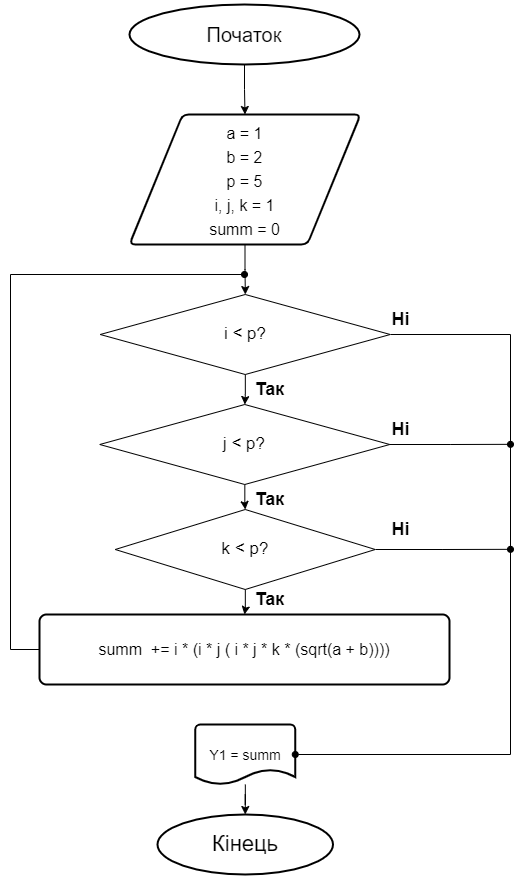
The draw.io diagram src/assets/lab1/schema3.png in Maxeemja/AMO, before a commit. Source tidied: cells renumbered, new cells last; positions are measured from the earlier drawing's top-left corner, leaving out a move shared by most shapes. Source of this version:
```xml
<mxGraphModel>
  <root>
    <mxCell id="0" />
    <mxCell id="1" parent="0" />
    <mxCell id="2" style="edgeStyle=orthogonalEdgeStyle;rounded=0;jettySize=auto;html=1;fontSize=16;" parent="1" edge="1" source="3" target="5">
      <mxGeometry relative="1" as="geometry" />
    </mxCell>
    <mxCell id="3" value="&lt;font style=&quot;font-size: 20px&quot;&gt;Початок&lt;/font&gt;" style="strokeWidth=2;html=1;shape=mxgraph.flowchart.start_1;whiteSpace=wrap;" parent="1" vertex="1">
      <mxGeometry x="119" width="230" height="60" as="geometry" />
    </mxCell>
    <mxCell id="4" style="edgeStyle=orthogonalEdgeStyle;rounded=0;jettySize=auto;html=1;" parent="1" edge="1" source="5" target="13">
      <mxGeometry relative="1" as="geometry" />
    </mxCell>
    <mxCell id="5" value="&lt;font style=&quot;font-size: 16px&quot;&gt;a = 1&lt;br&gt;b = 2&lt;br&gt;p = 5&lt;br&gt;i, j, k = 1&lt;br&gt;summ = 0&lt;br&gt;&lt;/font&gt;" style="shape=parallelogram;html=1;strokeWidth=2;perimeter=parallelogramPerimeter;whiteSpace=wrap;rounded=1;arcSize=12;size=0.23;fontSize=20;" parent="1" vertex="1">
      <mxGeometry x="119" y="110" width="231" height="130" as="geometry" />
    </mxCell>
    <mxCell id="6" style="edgeStyle=orthogonalEdgeStyle;rounded=0;jettySize=auto;html=1;exitX=0;exitY=0.5;exitDx=0;exitDy=0;fontSize=18;endArrow=none;endFill=0;" parent="1" edge="1" source="7">
      <mxGeometry relative="1" as="geometry">
        <mxPoint y="270" as="targetPoint" />
      </mxGeometry>
    </mxCell>
    <mxCell id="7" value="summ&amp;nbsp; += i * (i * j ( i * j * k * (sqrt(a + b))))" style="rounded=1;whiteSpace=wrap;html=1;absoluteArcSize=1;arcSize=14;strokeWidth=2;fontSize=16;" parent="1" vertex="1">
      <mxGeometry x="29" y="610" width="410" height="70" as="geometry" />
    </mxCell>
    <mxCell id="8" style="edgeStyle=orthogonalEdgeStyle;rounded=0;jettySize=auto;html=1;fontSize=22;entryX=0.5;entryY=0;entryDx=0;entryDy=0;entryPerimeter=0;" parent="1" edge="1" source="9" target="10">
      <mxGeometry relative="1" as="geometry" />
    </mxCell>
    <mxCell id="9" value="&lt;font style=&quot;font-size: 14px&quot;&gt;Y1 = summ&lt;/font&gt;" style="strokeWidth=2;html=1;shape=mxgraph.flowchart.document2;whiteSpace=wrap;size=0.25;fontSize=16;" parent="1" vertex="1">
      <mxGeometry x="184.8" y="720" width="100" height="60" as="geometry" />
    </mxCell>
    <mxCell id="10" value="Кінець" style="strokeWidth=2;html=1;shape=mxgraph.flowchart.start_1;whiteSpace=wrap;fontSize=22;" parent="1" vertex="1">
      <mxGeometry x="147" y="810" width="175.5" height="60" as="geometry" />
    </mxCell>
    <mxCell id="11" style="edgeStyle=orthogonalEdgeStyle;rounded=0;jettySize=auto;html=1;fontSize=17;" parent="1" edge="1" source="13" target="16">
      <mxGeometry relative="1" as="geometry" />
    </mxCell>
    <mxCell id="12" style="edgeStyle=orthogonalEdgeStyle;rounded=0;jettySize=auto;html=1;exitX=1;exitY=0.5;exitDx=0;exitDy=0;entryX=1;entryY=0.5;entryDx=0;entryDy=0;entryPerimeter=0;fontSize=14;endArrow=oval;endFill=1;" parent="1" edge="1" source="13" target="9">
      <mxGeometry relative="1" as="geometry">
        <Array as="points">
          <mxPoint x="500" y="330" />
          <mxPoint x="500" y="750" />
        </Array>
      </mxGeometry>
    </mxCell>
    <mxCell id="13" value="&lt;span style=&quot;font-size: 17px&quot;&gt;i &amp;lt; p?&lt;br&gt;&lt;/span&gt;" style="rhombus;whiteSpace=wrap;html=1;" parent="1" vertex="1">
      <mxGeometry x="89.8" y="290" width="290" height="80" as="geometry" />
    </mxCell>
    <mxCell id="14" style="edgeStyle=orthogonalEdgeStyle;rounded=0;jettySize=auto;html=1;fontSize=17;" parent="1" edge="1" source="16" target="19">
      <mxGeometry relative="1" as="geometry" />
    </mxCell>
    <mxCell id="15" style="edgeStyle=orthogonalEdgeStyle;rounded=0;jettySize=auto;html=1;exitX=1;exitY=0.5;exitDx=0;exitDy=0;fontSize=14;endArrow=oval;endFill=1;" parent="1" edge="1" source="16">
      <mxGeometry relative="1" as="geometry">
        <mxPoint x="500" y="439.8" as="targetPoint" />
      </mxGeometry>
    </mxCell>
    <mxCell id="16" value="&lt;span style=&quot;font-size: 17px&quot;&gt;j &amp;lt; p?&lt;br&gt;&lt;/span&gt;" style="rhombus;whiteSpace=wrap;html=1;" parent="1" vertex="1">
      <mxGeometry x="89.2" y="400" width="290" height="80" as="geometry" />
    </mxCell>
    <mxCell id="17" style="edgeStyle=orthogonalEdgeStyle;rounded=0;jettySize=auto;html=1;fontSize=18;" parent="1" edge="1" source="19" target="7">
      <mxGeometry relative="1" as="geometry" />
    </mxCell>
    <mxCell id="18" style="edgeStyle=orthogonalEdgeStyle;rounded=0;jettySize=auto;html=1;exitX=1;exitY=0.5;exitDx=0;exitDy=0;fontSize=14;endArrow=oval;endFill=1;" parent="1" edge="1" source="19">
      <mxGeometry relative="1" as="geometry">
        <mxPoint x="500" y="544.8" as="targetPoint" />
      </mxGeometry>
    </mxCell>
    <mxCell id="19" value="k &amp;lt; p?" style="rhombus;whiteSpace=wrap;html=1;fontSize=17;" parent="1" vertex="1">
      <mxGeometry x="104.8" y="505" width="260" height="80" as="geometry" />
    </mxCell>
    <mxCell id="20" value="&lt;b&gt;&lt;font style=&quot;font-size: 18px&quot;&gt;Так&lt;/font&gt;&lt;/b&gt;" style="text;html=1;align=center;verticalAlign=middle;strokeColor=none;fillColor=none;fontSize=17;" parent="1" vertex="1">
      <mxGeometry x="234" y="480" width="50" height="30" as="geometry" />
    </mxCell>
    <mxCell id="21" value="&lt;b&gt;&lt;font style=&quot;font-size: 18px&quot;&gt;Так&lt;/font&gt;&lt;/b&gt;" style="text;html=1;align=center;verticalAlign=middle;strokeColor=none;fillColor=none;fontSize=17;" parent="1" vertex="1">
      <mxGeometry x="234" y="370" width="50" height="30" as="geometry" />
    </mxCell>
    <mxCell id="22" value="&lt;b&gt;&lt;font style=&quot;font-size: 18px&quot;&gt;Так&lt;/font&gt;&lt;/b&gt;" style="text;html=1;align=center;verticalAlign=middle;strokeColor=none;fillColor=none;fontSize=17;" parent="1" vertex="1">
      <mxGeometry x="234" y="580" width="50" height="30" as="geometry" />
    </mxCell>
    <mxCell id="23" style="endArrow=oval;html=1;rounded=0;fontSize=18;endFill=1;" parent="1" edge="1">
      <mxGeometry relative="1" as="geometry">
        <mxPoint y="270" as="sourcePoint" />
        <mxPoint x="234" y="270" as="targetPoint" />
      </mxGeometry>
    </mxCell>
    <mxCell id="24" value="&lt;span style=&quot;font-size: 18px&quot;&gt;&lt;b&gt;Ні&lt;/b&gt;&lt;/span&gt;" style="text;html=1;align=center;verticalAlign=middle;strokeColor=none;fillColor=none;fontSize=17;" parent="1" vertex="1">
      <mxGeometry x="374.8" y="510" width="30" height="30" as="geometry" />
    </mxCell>
    <mxCell id="25" value="&lt;span style=&quot;font-size: 18px&quot;&gt;&lt;b&gt;Ні&lt;/b&gt;&lt;/span&gt;" style="text;html=1;align=center;verticalAlign=middle;strokeColor=none;fillColor=none;fontSize=17;" parent="1" vertex="1">
      <mxGeometry x="374.8" y="410" width="30" height="30" as="geometry" />
    </mxCell>
    <mxCell id="26" value="&lt;span style=&quot;font-size: 18px&quot;&gt;&lt;b&gt;Ні&lt;/b&gt;&lt;/span&gt;" style="text;html=1;align=center;verticalAlign=middle;strokeColor=none;fillColor=none;fontSize=17;" parent="1" vertex="1">
      <mxGeometry x="374.8" y="300" width="30" height="30" as="geometry" />
    </mxCell>
  </root>
</mxGraphModel>
```
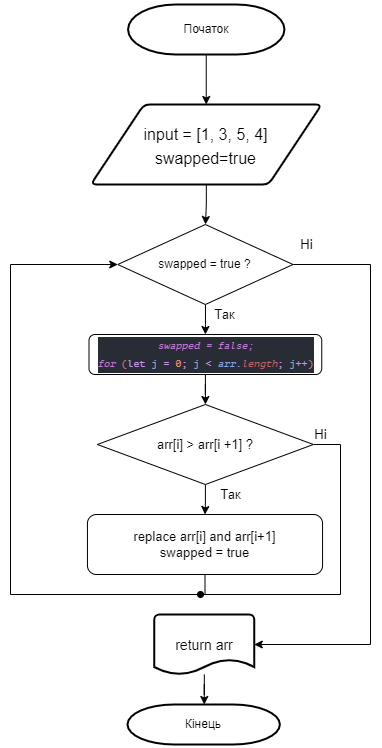
After the change.

Change to the diagram source:
```diff
@@ -2,94 +2,94 @@
   <root>
     <mxCell id="0" />
     <mxCell id="1" parent="0" />
-    <mxCell id="2" style="edgeStyle=orthogonalEdgeStyle;rounded=0;jettySize=auto;html=1;fontSize=16;" parent="1" edge="1" source="3" target="5">
-      <mxGeometry relative="1" as="geometry" />
+    <mxCell id="2" style="edgeStyle=orthogonalEdgeStyle;rounded=0;jettySize=auto;html=1;fontSize=16;" parent="1" edge="1" target="5">
+      <mxGeometry relative="1" as="geometry">
+        <mxPoint x="235.8" y="90" as="sourcePoint" />
+      </mxGeometry>
     </mxCell>
-    <mxCell id="3" value="&lt;font style=&quot;font-size: 20px&quot;&gt;Початок&lt;/font&gt;" style="strokeWidth=2;html=1;shape=mxgraph.flowchart.start_1;whiteSpace=wrap;" parent="1" vertex="1">
-      <mxGeometry x="119" width="230" height="60" as="geometry" />
-    </mxCell>
-    <mxCell id="4" style="edgeStyle=orthogonalEdgeStyle;rounded=0;jettySize=auto;html=1;" parent="1" edge="1" source="5" target="13">
-      <mxGeometry relative="1" as="geometry" />
+    <mxCell id="4" style="edgeStyle=orthogonalEdgeStyle;rounded=0;jettySize=auto;html=1;" parent="1" edge="1" source="5">
+      <mxGeometry relative="1" as="geometry">
+        <mxPoint x="235" y="260" as="targetPoint" />
+      </mxGeometry>
     </mxCell>
-    <mxCell id="5" value="&lt;font style=&quot;font-size: 16px&quot;&gt;a = 1&lt;br&gt;b = 2&lt;br&gt;p = 5&lt;br&gt;i, j, k = 1&lt;br&gt;summ = 0&lt;br&gt;&lt;/font&gt;" style="shape=parallelogram;html=1;strokeWidth=2;perimeter=parallelogramPerimeter;whiteSpace=wrap;rounded=1;arcSize=12;size=0.23;fontSize=20;" parent="1" vertex="1">
-      <mxGeometry x="119" y="110" width="231" height="130" as="geometry" />
+    <mxCell id="5" value="&lt;font style=&quot;font-size: 16px&quot;&gt;input = [1, 3, 5, 4]&lt;br&gt;swapped=true&lt;br&gt;&lt;/font&gt;" style="shape=parallelogram;html=1;strokeWidth=2;perimeter=parallelogramPerimeter;whiteSpace=wrap;rounded=1;arcSize=12;size=0.23;fontSize=20;" parent="1" vertex="1">
+      <mxGeometry x="120.2" y="140" width="231" height="80" as="geometry" />
     </mxCell>
-    <mxCell id="6" style="edgeStyle=orthogonalEdgeStyle;rounded=0;jettySize=auto;html=1;exitX=0;exitY=0.5;exitDx=0;exitDy=0;fontSize=18;endArrow=none;endFill=0;" parent="1" edge="1" source="7">
-      <mxGeometry relative="1" as="geometry">
-        <mxPoint y="270" as="targetPoint" />
-      </mxGeometry>
-    </mxCell>
-    <mxCell id="7" value="summ&amp;nbsp; += i * (i * j ( i * j * k * (sqrt(a + b))))" style="rounded=1;whiteSpace=wrap;html=1;absoluteArcSize=1;arcSize=14;strokeWidth=2;fontSize=16;" parent="1" vertex="1">
-      <mxGeometry x="29" y="610" width="410" height="70" as="geometry" />
-    </mxCell>
-    <mxCell id="8" style="edgeStyle=orthogonalEdgeStyle;rounded=0;jettySize=auto;html=1;fontSize=22;entryX=0.5;entryY=0;entryDx=0;entryDy=0;entryPerimeter=0;" parent="1" edge="1" source="9" target="10">
-      <mxGeometry relative="1" as="geometry" />
+    <mxCell id="8" style="edgeStyle=orthogonalEdgeStyle;rounded=0;jettySize=auto;html=1;fontSize=22;entryX=0.5;entryY=0;entryDx=0;entryDy=0;entryPerimeter=0;" parent="1" edge="1" source="9">
+      <mxGeometry relative="1" as="geometry">
+        <mxPoint x="233.8" y="740" as="targetPoint" />
+      </mxGeometry>
     </mxCell>
-    <mxCell id="9" value="&lt;font style=&quot;font-size: 14px&quot;&gt;Y1 = summ&lt;/font&gt;" style="strokeWidth=2;html=1;shape=mxgraph.flowchart.document2;whiteSpace=wrap;size=0.25;fontSize=16;" parent="1" vertex="1">
-      <mxGeometry x="184.8" y="720" width="100" height="60" as="geometry" />
+    <mxCell id="9" value="&lt;span style=&quot;font-size: 14px&quot;&gt;return arr&lt;/span&gt;" style="strokeWidth=2;html=1;shape=mxgraph.flowchart.document2;whiteSpace=wrap;size=0.25;fontSize=16;" parent="1" vertex="1">
+      <mxGeometry x="183.8" y="650" width="100" height="60" as="geometry" />
     </mxCell>
+    <mxCell id="27" style="edgeStyle=orthogonalEdgeStyle;rounded=0;jettySize=auto;html=1;" parent="1" edge="1" source="29" target="31">
+      <mxGeometry relative="1" as="geometry" />
+    </mxCell>
+    <mxCell id="28" style="edgeStyle=orthogonalEdgeStyle;rounded=0;jettySize=auto;html=1;exitX=1;exitY=0.5;exitDx=0;exitDy=0;entryX=1;entryY=0.5;entryDx=0;entryDy=0;entryPerimeter=0;fontSize=13;startArrow=none;startFill=0;endArrow=classic;endFill=1;" parent="1" edge="1" source="29" target="9">
+      <mxGeometry relative="1" as="geometry">
+        <Array as="points">
+          <mxPoint x="400" y="300" />
+          <mxPoint x="400" y="680" />
+        </Array>
+      </mxGeometry>
+    </mxCell>
+    <mxCell id="29" value="swapped = true ?" style="rhombus;whiteSpace=wrap;html=1;" parent="1" vertex="1">
+      <mxGeometry x="147.2" y="260" width="175.2" height="80" as="geometry" />
+    </mxCell>
+    <mxCell id="30" style="edgeStyle=orthogonalEdgeStyle;rounded=0;jettySize=auto;html=1;fontSize=10;" parent="1" edge="1" source="31" target="34">
+      <mxGeometry relative="1" as="geometry" />
+    </mxCell>
+    <mxCell id="31" value="&lt;div style=&quot;color: rgb(171 , 178 , 191) ; background-color: rgb(40 , 44 , 52) ; font-family: &amp;#34;pt mono&amp;#34; , &amp;#34;consolas&amp;#34; , &amp;#34;courier new&amp;#34; , monospace ; line-height: 18px ; font-size: 10px&quot;&gt;&lt;span style=&quot;color: #c678dd ; font-style: italic&quot;&gt;swapped = false;&lt;/span&gt;&lt;/div&gt;&lt;div style=&quot;color: rgb(171 , 178 , 191) ; background-color: rgb(40 , 44 , 52) ; font-family: &amp;#34;pt mono&amp;#34; , &amp;#34;consolas&amp;#34; , &amp;#34;courier new&amp;#34; , monospace ; line-height: 18px ; font-size: 10px&quot;&gt;&lt;span style=&quot;color: #c678dd ; font-style: italic&quot;&gt;for&lt;/span&gt;&lt;span style=&quot;color: #c792ea ; font-style: italic&quot;&gt; &lt;/span&gt;&lt;span style=&quot;color: #f07178&quot;&gt;(&lt;/span&gt;&lt;span style=&quot;color: #c792ea&quot;&gt;let&lt;/span&gt;&lt;span style=&quot;color: #c792ea ; font-style: italic&quot;&gt; &lt;/span&gt;&lt;span style=&quot;color: #85a5e9&quot;&gt;j&lt;/span&gt;&lt;span style=&quot;color: #c792ea ; font-style: italic&quot;&gt; &lt;/span&gt;&lt;span style=&quot;color: #c792ea&quot;&gt;=&lt;/span&gt;&lt;span style=&quot;color: #c792ea ; font-style: italic&quot;&gt; &lt;/span&gt;&lt;span style=&quot;color: #f78c6c&quot;&gt;0&lt;/span&gt;&lt;span style=&quot;color: #c792ea&quot;&gt;;&lt;/span&gt;&lt;span style=&quot;color: #c792ea ; font-style: italic&quot;&gt; &lt;/span&gt;&lt;span style=&quot;color: #85a5e9&quot;&gt;j&lt;/span&gt;&lt;span style=&quot;color: #c792ea ; font-style: italic&quot;&gt; &lt;/span&gt;&lt;span style=&quot;color: #c792ea&quot;&gt;&amp;lt;&lt;/span&gt;&lt;span style=&quot;color: #c792ea ; font-style: italic&quot;&gt; &lt;/span&gt;&lt;span style=&quot;color: #85a5e9 ; font-style: italic&quot;&gt;arr&lt;/span&gt;&lt;span style=&quot;color: #c792ea ; font-style: italic&quot;&gt;.&lt;/span&gt;&lt;span style=&quot;color: #c56068 ; font-style: italic&quot;&gt;length&lt;/span&gt;&lt;span style=&quot;color: #c792ea&quot;&gt;;&lt;/span&gt;&lt;span style=&quot;color: #c792ea ; font-style: italic&quot;&gt; &lt;/span&gt;&lt;span style=&quot;color: #85a5e9&quot;&gt;j&lt;/span&gt;&lt;span style=&quot;color: #c792ea&quot;&gt;++&lt;/span&gt;&lt;span style=&quot;color: #f07178&quot;&gt;)&lt;/span&gt;&lt;/div&gt;" style="rounded=1;whiteSpace=wrap;html=1;" parent="1" vertex="1">
+      <mxGeometry x="118.5" y="370" width="232.8" height="40" as="geometry" />
+    </mxCell>
+    <mxCell id="32" style="edgeStyle=orthogonalEdgeStyle;rounded=0;jettySize=auto;html=1;fontSize=13;" parent="1" edge="1" source="34" target="36">
+      <mxGeometry relative="1" as="geometry" />
+    </mxCell>
+    <mxCell id="33" style="edgeStyle=orthogonalEdgeStyle;rounded=0;jettySize=auto;html=1;exitX=1;exitY=0.5;exitDx=0;exitDy=0;fontSize=13;endArrow=none;endFill=0;" parent="1" edge="1" source="34">
+      <mxGeometry relative="1" as="geometry">
+        <mxPoint x="370" y="630" as="targetPoint" />
+      </mxGeometry>
+    </mxCell>
+    <mxCell id="34" value="&lt;span style=&quot;font-size: 13px&quot;&gt;arr[i] &amp;gt; arr[i +1] ?&lt;/span&gt;" style="rhombus;whiteSpace=wrap;html=1;fontSize=10;" parent="1" vertex="1">
+      <mxGeometry x="126.9" y="440" width="216" height="80" as="geometry" />
+    </mxCell>
+    <mxCell id="35" style="edgeStyle=orthogonalEdgeStyle;rounded=0;jettySize=auto;html=1;exitX=0.5;exitY=1;exitDx=0;exitDy=0;fontSize=13;endArrow=none;endFill=0;" parent="1" edge="1" source="36">
+      <mxGeometry relative="1" as="geometry">
+        <mxPoint x="40" y="300" as="targetPoint" />
+      </mxGeometry>
+    </mxCell>
+    <mxCell id="36" value="replace arr[i] and arr[i+1]&lt;br&gt;swapped = true" style="rounded=1;whiteSpace=wrap;html=1;fontSize=13;" parent="1" vertex="1">
+      <mxGeometry x="116.9" y="550" width="235.1" height="60" as="geometry" />
+    </mxCell>
+    <mxCell id="37" value="Так" style="text;html=1;align=center;verticalAlign=middle;strokeColor=none;fillColor=none;fontSize=13;" parent="1" vertex="1">
+      <mxGeometry x="240" y="520" width="40" height="20" as="geometry" />
+    </mxCell>
+    <mxCell id="38" style="endArrow=classic;html=1;rounded=0;fontSize=13;entryX=0;entryY=0.5;entryDx=0;entryDy=0;" parent="1" edge="1" target="29">
+      <mxGeometry relative="1" as="geometry">
+        <mxPoint x="40" y="300" as="sourcePoint" />
+      </mxGeometry>
+    </mxCell>
+    <mxCell id="39" value="Ні" style="text;html=1;align=center;verticalAlign=middle;strokeColor=none;fillColor=none;fontSize=13;" parent="1" vertex="1">
+      <mxGeometry x="335" y="460" width="30" height="20" as="geometry" />
+    </mxCell>
+    <mxCell id="40" style="endArrow=none;html=1;rounded=0;fontSize=13;startArrow=oval;startFill=1;" parent="1" edge="1">
+      <mxGeometry relative="1" as="geometry">
+        <mxPoint x="230" y="630" as="sourcePoint" />
+        <mxPoint x="370" y="630" as="targetPoint" />
+      </mxGeometry>
+    </mxCell>
+    <mxCell id="41" value="Так" style="text;html=1;align=center;verticalAlign=middle;strokeColor=none;fillColor=none;fontSize=13;" parent="1" vertex="1">
+      <mxGeometry x="234" y="340" width="40" height="20" as="geometry" />
+    </mxCell>
+    <mxCell id="42" value="Ні" style="text;html=1;align=center;verticalAlign=middle;strokeColor=none;fillColor=none;fontSize=13;" parent="1" vertex="1">
+      <mxGeometry x="320.8" y="270" width="30" height="20" as="geometry" />
+    </mxCell>
+    <mxCell id="3" value="Початок" style="strokeWidth=2;html=1;shape=mxgraph.flowchart.terminator;whiteSpace=wrap;" parent="1" vertex="1">
+      <mxGeometry x="157.6" y="40" width="156.4" height="50" as="geometry" />
+    </mxCell>
-    <mxCell id="10" value="Кінець" style="strokeWidth=2;html=1;shape=mxgraph.flowchart.start_1;whiteSpace=wrap;fontSize=22;" parent="1" vertex="1">
-      <mxGeometry x="147" y="810" width="175.5" height="60" as="geometry" />
+    <mxCell id="10" value="Кінець" style="strokeWidth=2;html=1;shape=mxgraph.flowchart.terminator;whiteSpace=wrap;" parent="1" vertex="1">
+      <mxGeometry x="157" y="740" width="152.4" height="40" as="geometry" />
     </mxCell>
-    <mxCell id="11" style="edgeStyle=orthogonalEdgeStyle;rounded=0;jettySize=auto;html=1;fontSize=17;" parent="1" edge="1" source="13" target="16">
-      <mxGeometry relative="1" as="geometry" />
-    </mxCell>
-    <mxCell id="12" style="edgeStyle=orthogonalEdgeStyle;rounded=0;jettySize=auto;html=1;exitX=1;exitY=0.5;exitDx=0;exitDy=0;entryX=1;entryY=0.5;entryDx=0;entryDy=0;entryPerimeter=0;fontSize=14;endArrow=oval;endFill=1;" parent="1" edge="1" source="13" target="9">
-      <mxGeometry relative="1" as="geometry">
-        <Array as="points">
-          <mxPoint x="500" y="330" />
-          <mxPoint x="500" y="750" />
-        </Array>
-      </mxGeometry>
-    </mxCell>
-    <mxCell id="13" value="&lt;span style=&quot;font-size: 17px&quot;&gt;i &amp;lt; p?&lt;br&gt;&lt;/span&gt;" style="rhombus;whiteSpace=wrap;html=1;" parent="1" vertex="1">
-      <mxGeometry x="89.8" y="290" width="290" height="80" as="geometry" />
-    </mxCell>
-    <mxCell id="14" style="edgeStyle=orthogonalEdgeStyle;rounded=0;jettySize=auto;html=1;fontSize=17;" parent="1" edge="1" source="16" target="19">
-      <mxGeometry relative="1" as="geometry" />
-    </mxCell>
-    <mxCell id="15" style="edgeStyle=orthogonalEdgeStyle;rounded=0;jettySize=auto;html=1;exitX=1;exitY=0.5;exitDx=0;exitDy=0;fontSize=14;endArrow=oval;endFill=1;" parent="1" edge="1" source="16">
-      <mxGeometry relative="1" as="geometry">
-        <mxPoint x="500" y="439.8" as="targetPoint" />
-      </mxGeometry>
-    </mxCell>
-    <mxCell id="16" value="&lt;span style=&quot;font-size: 17px&quot;&gt;j &amp;lt; p?&lt;br&gt;&lt;/span&gt;" style="rhombus;whiteSpace=wrap;html=1;" parent="1" vertex="1">
-      <mxGeometry x="89.2" y="400" width="290" height="80" as="geometry" />
-    </mxCell>
-    <mxCell id="17" style="edgeStyle=orthogonalEdgeStyle;rounded=0;jettySize=auto;html=1;fontSize=18;" parent="1" edge="1" source="19" target="7">
-      <mxGeometry relative="1" as="geometry" />
-    </mxCell>
-    <mxCell id="18" style="edgeStyle=orthogonalEdgeStyle;rounded=0;jettySize=auto;html=1;exitX=1;exitY=0.5;exitDx=0;exitDy=0;fontSize=14;endArrow=oval;endFill=1;" parent="1" edge="1" source="19">
-      <mxGeometry relative="1" as="geometry">
-        <mxPoint x="500" y="544.8" as="targetPoint" />
-      </mxGeometry>
-    </mxCell>
-    <mxCell id="19" value="k &amp;lt; p?" style="rhombus;whiteSpace=wrap;html=1;fontSize=17;" parent="1" vertex="1">
-      <mxGeometry x="104.8" y="505" width="260" height="80" as="geometry" />
-    </mxCell>
-    <mxCell id="20" value="&lt;b&gt;&lt;font style=&quot;font-size: 18px&quot;&gt;Так&lt;/font&gt;&lt;/b&gt;" style="text;html=1;align=center;verticalAlign=middle;strokeColor=none;fillColor=none;fontSize=17;" parent="1" vertex="1">
-      <mxGeometry x="234" y="480" width="50" height="30" as="geometry" />
-    </mxCell>
-    <mxCell id="21" value="&lt;b&gt;&lt;font style=&quot;font-size: 18px&quot;&gt;Так&lt;/font&gt;&lt;/b&gt;" style="text;html=1;align=center;verticalAlign=middle;strokeColor=none;fillColor=none;fontSize=17;" parent="1" vertex="1">
-      <mxGeometry x="234" y="370" width="50" height="30" as="geometry" />
-    </mxCell>
-    <mxCell id="22" value="&lt;b&gt;&lt;font style=&quot;font-size: 18px&quot;&gt;Так&lt;/font&gt;&lt;/b&gt;" style="text;html=1;align=center;verticalAlign=middle;strokeColor=none;fillColor=none;fontSize=17;" parent="1" vertex="1">
-      <mxGeometry x="234" y="580" width="50" height="30" as="geometry" />
-    </mxCell>
-    <mxCell id="23" style="endArrow=oval;html=1;rounded=0;fontSize=18;endFill=1;" parent="1" edge="1">
-      <mxGeometry relative="1" as="geometry">
-        <mxPoint y="270" as="sourcePoint" />
-        <mxPoint x="234" y="270" as="targetPoint" />
-      </mxGeometry>
-    </mxCell>
-    <mxCell id="24" value="&lt;span style=&quot;font-size: 18px&quot;&gt;&lt;b&gt;Ні&lt;/b&gt;&lt;/span&gt;" style="text;html=1;align=center;verticalAlign=middle;strokeColor=none;fillColor=none;fontSize=17;" parent="1" vertex="1">
-      <mxGeometry x="374.8" y="510" width="30" height="30" as="geometry" />
-    </mxCell>
-    <mxCell id="25" value="&lt;span style=&quot;font-size: 18px&quot;&gt;&lt;b&gt;Ні&lt;/b&gt;&lt;/span&gt;" style="text;html=1;align=center;verticalAlign=middle;strokeColor=none;fillColor=none;fontSize=17;" parent="1" vertex="1">
-      <mxGeometry x="374.8" y="410" width="30" height="30" as="geometry" />
-    </mxCell>
-    <mxCell id="26" value="&lt;span style=&quot;font-size: 18px&quot;&gt;&lt;b&gt;Ні&lt;/b&gt;&lt;/span&gt;" style="text;html=1;align=center;verticalAlign=middle;strokeColor=none;fillColor=none;fontSize=17;" parent="1" vertex="1">
-      <mxGeometry x="374.8" y="300" width="30" height="30" as="geometry" />
-    </mxCell>
   </root>
 </mxGraphModel>
```
